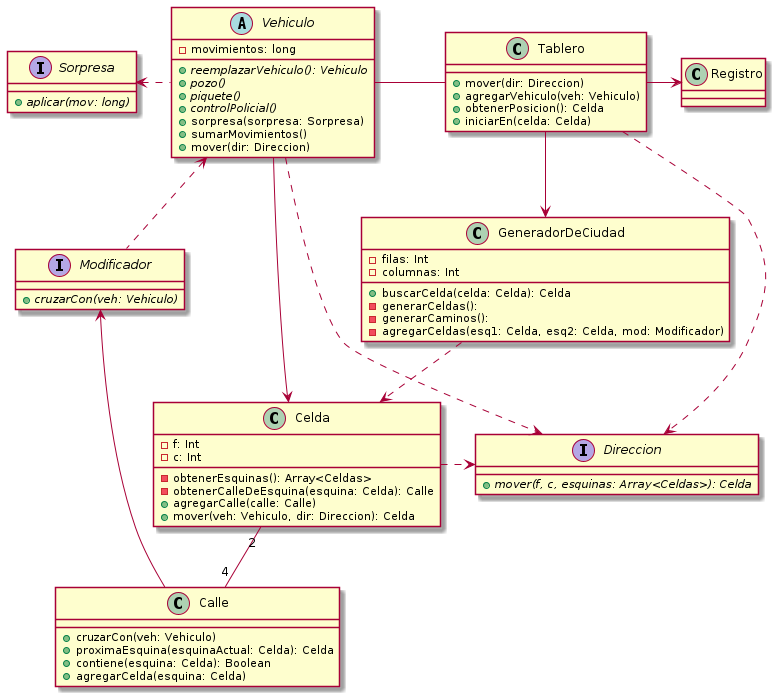
The PlantUML diagram diagrams/classes/modelo-alternativo/modelo-actual.png in tomasayala/algo3_tp2_1C2022, before a commit.
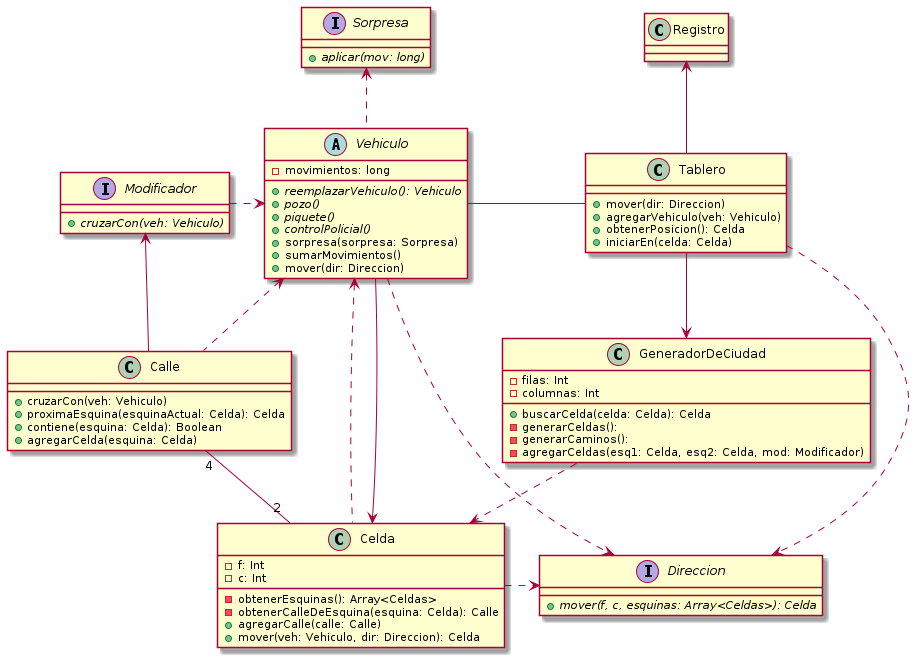
Above is the later version.

Commit message:
Se agrega DC entrega2 y modificacion de modelo alternativo

The edit, as a diff of the source:
```diff
@@ -61,16 +61,18 @@
     + {abstract} mover(f, c, esquinas: Array<Celdas>): Celda
 }
 
+Calle .up.> Vehiculo
+Celda .left.> Vehiculo
 Vehiculo ..> Direccion
-Vehiculo .left.> Sorpresa
+Vehiculo .up.> Sorpresa
 Tablero -left- Vehiculo
 Tablero --> GeneradorDeCiudad
 GeneradorDeCiudad .down.> Celda
 Vehiculo --> Celda
-Tablero -right-> Registro
-Calle -left-> Modificador
-Modificador .left.> Vehiculo
-Celda "2" -- "4" Calle
+Tablero -up-> Registro
+Calle -up-> Modificador
+Modificador .right.> Vehiculo
+Celda "2" -left- "4" Calle
 Tablero ..> Direccion
 Celda .right.> Direccion
 
```
